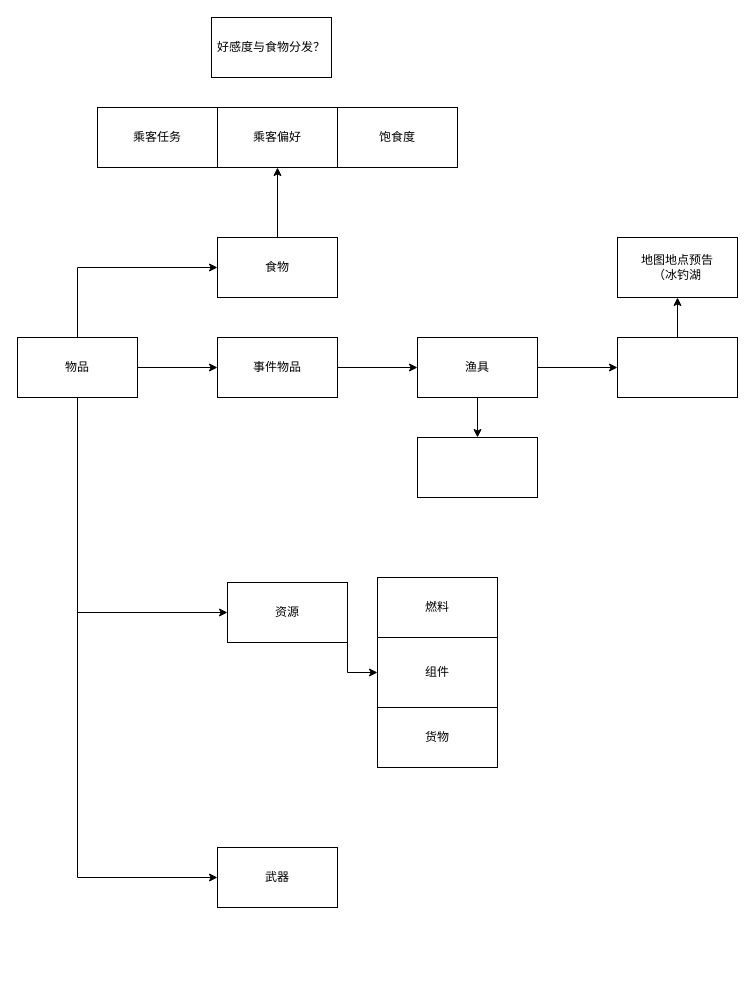
Earlier version of the draw.io diagram 未命名绘图.drawio (FengYu-creator/learn-sth). Source tidied: cells renumbered, new cells numbered last; positions are measured from the earlier drawing's top-left corner, leaving out a move shared by most shapes. Both pictures are drawn from the tidied source at 100%, with x=0, y=0 at pixel (17, 17).
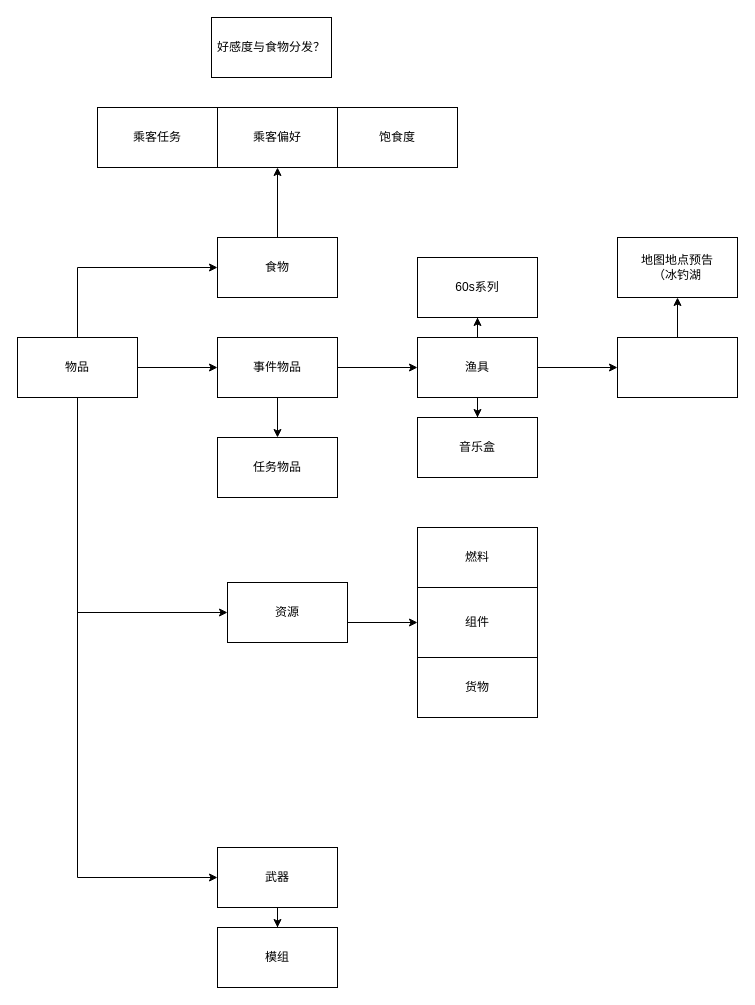
The same page after the edit.

Commit message:
更新未命名绘图.drawio

Unchanged cells that the change refers to:
```xml
<mxCell id="12" value="事件物品" style="whiteSpace=wrap;html=1;rounded=0;" parent="1" vertex="1">
  <mxGeometry x="200" y="320" width="120" height="60" as="geometry" />
</mxCell>
<mxCell id="16" value="渔具" style="whiteSpace=wrap;html=1;rounded=0;" parent="1" vertex="1">
  <mxGeometry x="400" y="320" width="120" height="60" as="geometry" />
</mxCell>
<mxCell id="22" value="资源" style="whiteSpace=wrap;html=1;rounded=0;" parent="1" vertex="1">
  <mxGeometry x="210" y="565" width="120" height="60" as="geometry" />
</mxCell>
<mxCell id="23" value="武器" style="whiteSpace=wrap;html=1;rounded=0;" parent="1" vertex="1">
  <mxGeometry x="200" y="830" width="120" height="60" as="geometry" />
</mxCell>
```

What changed in the source:
```diff
@@
+    <mxCell id="28" style="edgeStyle=orthogonalEdgeStyle;rounded=0;jettySize=auto;html=1;" parent="1" edge="1" source="12" target="32">
+      <mxGeometry relative="1" as="geometry" />
+    </mxCell>
@@
+    <mxCell id="29" style="edgeStyle=orthogonalEdgeStyle;rounded=0;jettySize=auto;html=1;" parent="1" edge="1" source="16" target="33">
+      <mxGeometry relative="1" as="geometry" />
+    </mxCell>
@@
-    <mxCell id="18" style="whiteSpace=wrap;html=1;rounded=0;" parent="1" vertex="1">
-      <mxGeometry x="400" y="420" width="120" height="60" as="geometry" />
+    <mxCell id="18" value="音乐盒" style="whiteSpace=wrap;html=1;rounded=0;" parent="1" vertex="1">
+      <mxGeometry x="400" y="400" width="120" height="60" as="geometry" />
     </mxCell>
@@
     <mxCell id="21" style="edgeStyle=orthogonalEdgeStyle;rounded=0;jettySize=auto;html=1;exitX=1;exitY=1;exitDx=0;exitDy=0;entryX=0;entryY=0.5;entryDx=0;entryDy=0;" parent="1" edge="1" source="22" target="25">
-      <mxGeometry relative="1" as="geometry" />
+      <mxGeometry relative="1" as="geometry">
+        <Array as="points">
+          <mxPoint x="330" y="605" />
+        </Array>
+      </mxGeometry>
     </mxCell>
@@
+    <mxCell id="30" style="edgeStyle=orthogonalEdgeStyle;rounded=0;jettySize=auto;html=1;" parent="1" edge="1" source="23" target="31">
+      <mxGeometry relative="1" as="geometry" />
+    </mxCell>
@@
     <mxCell id="25" value="组件" style="rounded=0;whiteSpace=wrap;html=1;" parent="1" vertex="1">
-      <mxGeometry x="360" y="620" width="120" height="70" as="geometry" />
+      <mxGeometry x="400" y="570" width="120" height="70" as="geometry" />
     </mxCell>
     <mxCell id="26" value="燃料" style="rounded=0;whiteSpace=wrap;html=1;" parent="1" vertex="1">
-      <mxGeometry x="360" y="560" width="120" height="60" as="geometry" />
+      <mxGeometry x="400" y="510" width="120" height="60" as="geometry" />
     </mxCell>
     <mxCell id="27" value="货物" style="rounded=0;whiteSpace=wrap;html=1;" parent="1" vertex="1">
-      <mxGeometry x="360" y="690" width="120" height="60" as="geometry" />
+      <mxGeometry x="400" y="640" width="120" height="60" as="geometry" />
     </mxCell>
+    <mxCell id="31" value="模组" style="whiteSpace=wrap;html=1;rounded=0;" parent="1" vertex="1">
+      <mxGeometry x="200" y="910" width="120" height="60" as="geometry" />
+    </mxCell>
+    <mxCell id="32" value="任务物品" style="whiteSpace=wrap;html=1;rounded=0;" parent="1" vertex="1">
+      <mxGeometry x="200" y="420" width="120" height="60" as="geometry" />
+    </mxCell>
+    <mxCell id="33" value="60s系列" style="whiteSpace=wrap;html=1;rounded=0;" parent="1" vertex="1">
+      <mxGeometry x="400" y="240" width="120" height="60" as="geometry" />
+    </mxCell>
```
